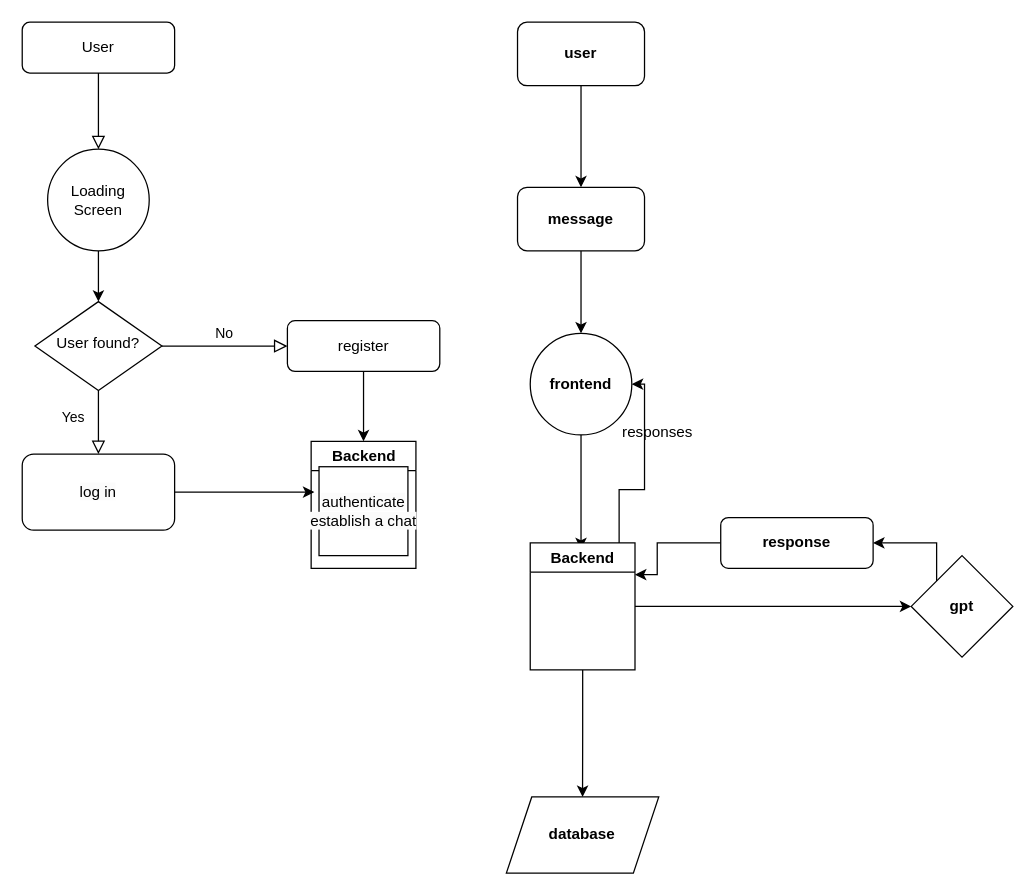
Above: Untitled Diagram.drawio in ncai25/ncai25 (draw.io), before the change. Source tidied: cells renumbered, new cells numbered last; positions are measured from the earlier drawing's top-left corner, leaving out a move shared by most shapes. Both pictures are drawn from the tidied source at 127%, with x=0, y=0 at pixel (22, 22).
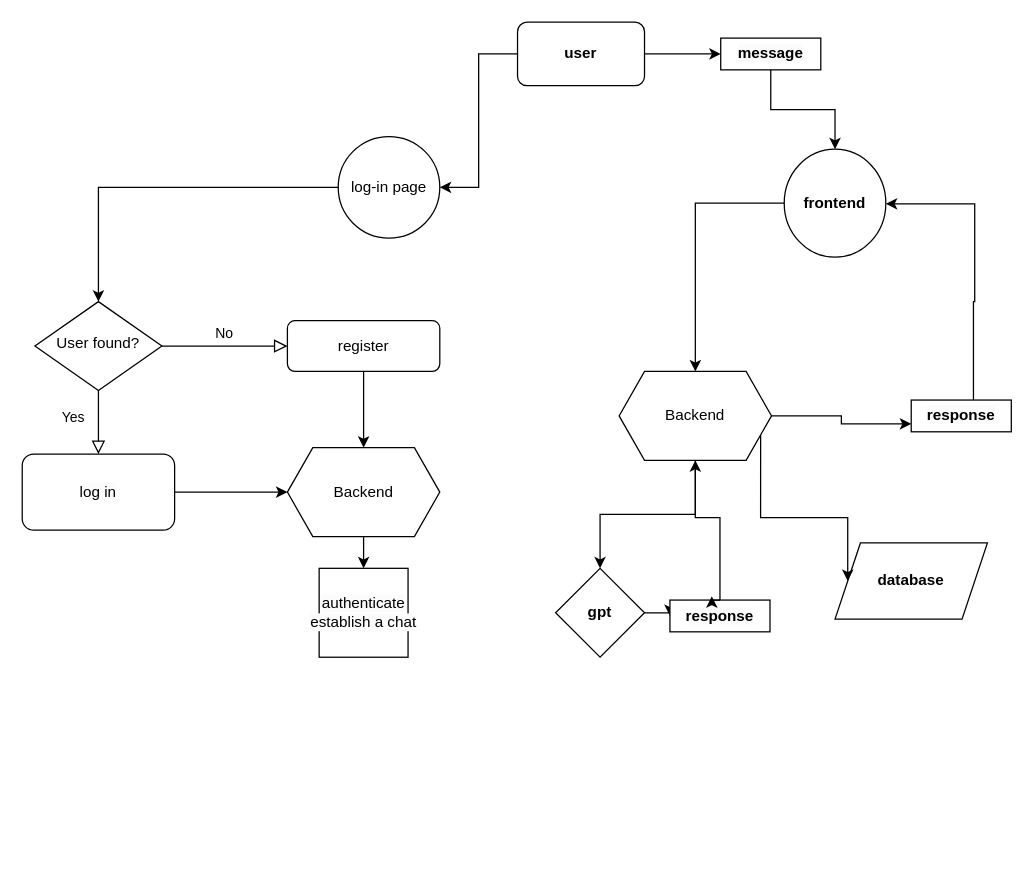
After the change.

Unchanged cells that the change refers to:
```xml
<mxCell id="8" value="register" style="rounded=1;whiteSpace=wrap;html=1;fontSize=12;glass=0;strokeWidth=1;shadow=0;" parent="1" vertex="1">
  <mxGeometry x="208.8" y="235" width="120" height="40" as="geometry" />
</mxCell>
<mxCell id="12" value="&lt;span style=&quot;color: rgb(0, 0, 0); font-family: Helvetica; font-size: 12px; font-style: normal; font-variant-ligatures: normal; font-variant-caps: normal; font-weight: 400; letter-spacing: normal; orphans: 2; text-align: center; text-indent: 0px; text-transform: none; widows: 2; word-spacing: 0px; -webkit-text-stroke-width: 0px; white-space: normal; background-color: rgb(251, 251, 251); text-decoration-thickness: initial; text-decoration-style: initial; text-decoration-color: initial; display: inline !important; float: none;&quot;&gt;log in&lt;/span&gt;" style="rounded=1;whiteSpace=wrap;html=1;" parent="1" vertex="1">
  <mxGeometry y="340" width="120" height="60" as="geometry" />
</mxCell>
<mxCell id="16" value="user" style="rounded=1;whiteSpace=wrap;html=1;fontStyle=1;startSize=23;" parent="1" vertex="1">
  <mxGeometry x="390" width="100" height="50" as="geometry" />
</mxCell>
```

The edit, as a diff of the source:
```diff
@@
-    <mxCell id="2" style="rounded=0;html=1;jettySize=auto;fontSize=11;endArrow=block;endFill=0;endSize=8;strokeWidth=1;shadow=0;labelBackgroundColor=none;edgeStyle=orthogonalEdgeStyle;entryX=0.5;entryY=0;entryDx=0;entryDy=0;" parent="1" edge="1" source="3" target="10">
-      <mxGeometry relative="1" as="geometry" />
-    </mxCell>
-    <mxCell id="3" value="User" style="rounded=1;whiteSpace=wrap;html=1;fontSize=12;glass=0;strokeWidth=1;shadow=0;" parent="1" vertex="1">
-      <mxGeometry width="120" height="40" as="geometry" />
-    </mxCell>
@@
-    <mxCell id="7" style="edgeStyle=orthogonalEdgeStyle;rounded=0;jettySize=auto;html=1;entryX=0.5;entryY=0;entryDx=0;entryDy=0;" parent="1" edge="1" source="8" target="13">
-      <mxGeometry relative="1" as="geometry" />
-    </mxCell>
+    <mxCell id="31" style="edgeStyle=orthogonalEdgeStyle;rounded=0;jettySize=auto;html=1;" parent="1" edge="1" source="8" target="46">
+      <mxGeometry relative="1" as="geometry" />
+    </mxCell>
@@
-    <mxCell id="10" value="Loading Screen" style="ellipse;whiteSpace=wrap;html=1;" parent="1" vertex="1">
-      <mxGeometry x="20" y="100" width="80" height="80" as="geometry" />
+    <mxCell id="10" value="log-in page" style="ellipse;whiteSpace=wrap;html=1;" parent="1" vertex="1">
+      <mxGeometry x="248.8" y="90" width="80" height="80" as="geometry" />
     </mxCell>
-    <mxCell id="11" style="edgeStyle=orthogonalEdgeStyle;rounded=0;jettySize=auto;html=1;" parent="1" edge="1" source="12">
-      <mxGeometry relative="1" as="geometry">
-        <mxPoint x="230" y="370" as="targetPoint" />
-      </mxGeometry>
-    </mxCell>
+    <mxCell id="32" style="edgeStyle=orthogonalEdgeStyle;rounded=0;jettySize=auto;html=1;" parent="1" edge="1" source="12" target="46">
+      <mxGeometry relative="1" as="geometry" />
+    </mxCell>
@@
-    <mxCell id="13" value="Backend" style="swimlane;whiteSpace=wrap;html=1;" parent="1" vertex="1">
-      <mxGeometry x="227.5" y="330" width="82.5" height="100" as="geometry" />
-    </mxCell>
-    <mxCell id="14" value="&lt;span style=&quot;color: rgb(0, 0, 0); font-family: Helvetica; font-size: 12px; font-style: normal; font-variant-ligatures: normal; font-variant-caps: normal; font-weight: 400; letter-spacing: normal; orphans: 2; text-align: center; text-indent: 0px; text-transform: none; widows: 2; word-spacing: 0px; -webkit-text-stroke-width: 0px; white-space: nowrap; background-color: rgb(251, 251, 251); text-decoration-thickness: initial; text-decoration-style: initial; text-decoration-color: initial; display: inline !important; float: none;&quot;&gt;authenticate&lt;/span&gt;&lt;div style=&quot;forced-color-adjust: none; color: rgb(0, 0, 0); font-family: Helvetica; font-size: 12px; font-style: normal; font-variant-ligatures: normal; font-variant-caps: normal; font-weight: 400; letter-spacing: normal; orphans: 2; text-align: center; text-indent: 0px; text-transform: none; widows: 2; word-spacing: 0px; -webkit-text-stroke-width: 0px; white-space: nowrap; background-color: rgb(251, 251, 251); text-decoration-thickness: initial; text-decoration-style: initial; text-decoration-color: initial;&quot;&gt;establish a chat&lt;/div&gt;" style="whiteSpace=wrap;html=1;" parent="13" vertex="1">
-      <mxGeometry x="6.2" y="20" width="70" height="70" as="geometry" />
-    </mxCell>
@@
+    <mxCell id="33" style="edgeStyle=orthogonalEdgeStyle;rounded=0;jettySize=auto;html=1;entryX=1;entryY=0.5;entryDx=0;entryDy=0;" parent="1" edge="1" source="16" target="10">
+      <mxGeometry relative="1" as="geometry" />
+    </mxCell>
@@
+    <mxCell id="34" style="edgeStyle=orthogonalEdgeStyle;rounded=0;jettySize=auto;html=1;entryX=0.5;entryY=0;entryDx=0;entryDy=0;" parent="1" edge="1" source="20" target="39">
+      <mxGeometry relative="1" as="geometry" />
+    </mxCell>
+    <mxCell id="20" value="frontend" style="ellipse;whiteSpace=wrap;html=1;rounded=1;fontStyle=1;startSize=23;" parent="1" vertex="1">
+      <mxGeometry x="600" y="100" width="80" height="85" as="geometry" />
+    </mxCell>
+    <mxCell id="35" style="edgeStyle=orthogonalEdgeStyle;rounded=0;jettySize=auto;html=1;exitX=1;exitY=0.5;exitDx=0;exitDy=0;" parent="1" edge="1" source="26" target="41">
+      <mxGeometry relative="1" as="geometry" />
+    </mxCell>
+    <mxCell id="26" value="gpt" style="rhombus;whiteSpace=wrap;html=1;fontStyle=1;startSize=23;" parent="1" vertex="1">
+      <mxGeometry x="420" y="430" width="70" height="70" as="geometry" />
+    </mxCell>
+    <mxCell id="29" value="database" style="shape=parallelogram;perimeter=parallelogramPerimeter;whiteSpace=wrap;html=1;fixedSize=1;fontStyle=1;startSize=23;" parent="1" vertex="1">
+      <mxGeometry x="640" y="410" width="120" height="60" as="geometry" />
+    </mxCell>
@@
-    <mxCell id="18" value="message" style="rounded=1;whiteSpace=wrap;html=1;fontStyle=1;startSize=23;" parent="1" vertex="1">
-      <mxGeometry x="390" y="130" width="100" height="50" as="geometry" />
+    <mxCell id="18" value="&lt;span style=&quot;color: rgb(0, 0, 0); font-family: Helvetica; font-size: 12px; font-style: normal; font-variant-ligatures: normal; font-variant-caps: normal; font-weight: 700; letter-spacing: normal; orphans: 2; text-align: center; text-indent: 0px; text-transform: none; widows: 2; word-spacing: 0px; -webkit-text-stroke-width: 0px; white-space: normal; background-color: rgb(251, 251, 251); text-decoration-thickness: initial; text-decoration-style: initial; text-decoration-color: initial; display: inline !important; float: none;&quot;&gt;message&lt;/span&gt;" style="rounded=0;whiteSpace=wrap;html=1;" parent="1" vertex="1">
+      <mxGeometry x="550" y="12.5" width="78.8" height="25" as="geometry" />
     </mxCell>
-    <mxCell id="19" style="edgeStyle=orthogonalEdgeStyle;rounded=0;jettySize=auto;html=1;" parent="1" edge="1" source="20">
-      <mxGeometry relative="1" as="geometry">
-        <mxPoint x="440" y="415" as="targetPoint" />
-      </mxGeometry>
-    </mxCell>
-    <mxCell id="20" value="frontend" style="ellipse;whiteSpace=wrap;html=1;rounded=1;fontStyle=1;startSize=23;" parent="1" vertex="1">
-      <mxGeometry x="400" y="245" width="80" height="80" as="geometry" />
-    </mxCell>
-    <mxCell id="21" style="edgeStyle=orthogonalEdgeStyle;rounded=0;jettySize=auto;html=1;" parent="1" edge="1" source="24" target="26">
-      <mxGeometry relative="1" as="geometry" />
-    </mxCell>
-    <mxCell id="22" style="edgeStyle=orthogonalEdgeStyle;rounded=0;jettySize=auto;html=1;" parent="1" edge="1" source="24" target="29">
-      <mxGeometry relative="1" as="geometry" />
-    </mxCell>
-    <mxCell id="23" style="edgeStyle=orthogonalEdgeStyle;rounded=0;jettySize=auto;html=1;" parent="1" edge="1" source="24" target="20">
-      <mxGeometry relative="1" as="geometry">
-        <Array as="points">
-          <mxPoint x="470" y="368" />
-          <mxPoint x="490" y="368" />
-          <mxPoint x="490" y="285" />
-        </Array>
-      </mxGeometry>
-    </mxCell>
-    <mxCell id="24" value="Backend" style="swimlane;whiteSpace=wrap;html=1;" parent="1" vertex="1">
-      <mxGeometry x="400" y="410" width="82.5" height="100" as="geometry" />
-    </mxCell>
-    <mxCell id="25" style="edgeStyle=orthogonalEdgeStyle;rounded=0;jettySize=auto;html=1;entryX=1;entryY=0.5;entryDx=0;entryDy=0;" parent="1" edge="1" source="26" target="28">
-      <mxGeometry relative="1" as="geometry">
-        <Array as="points">
-          <mxPoint x="720" y="410" />
-        </Array>
-      </mxGeometry>
-    </mxCell>
-    <mxCell id="26" value="gpt" style="rhombus;whiteSpace=wrap;html=1;fontStyle=1;startSize=23;" parent="1" vertex="1">
-      <mxGeometry x="700" y="420" width="80" height="80" as="geometry" />
-    </mxCell>
-    <mxCell id="27" style="edgeStyle=orthogonalEdgeStyle;rounded=0;jettySize=auto;html=1;entryX=1;entryY=0.25;entryDx=0;entryDy=0;" parent="1" edge="1" source="28" target="24">
-      <mxGeometry relative="1" as="geometry">
-        <Array as="points">
-          <mxPoint x="500" y="410" />
-          <mxPoint x="500" y="435" />
-        </Array>
-      </mxGeometry>
-    </mxCell>
-    <mxCell id="28" value="response" style="rounded=1;whiteSpace=wrap;html=1;fontStyle=1;startSize=23;" parent="1" vertex="1">
-      <mxGeometry x="550" y="390" width="120" height="40" as="geometry" />
-    </mxCell>
-    <mxCell id="29" value="database" style="shape=parallelogram;perimeter=parallelogramPerimeter;whiteSpace=wrap;html=1;fixedSize=1;fontStyle=1;startSize=23;" parent="1" vertex="1">
-      <mxGeometry x="381.2" y="610" width="120" height="60" as="geometry" />
-    </mxCell>
-    <mxCell id="30" value="responses" style="text;html=1;align=center;verticalAlign=middle;strokeColor=none;fillColor=none;" parent="1" vertex="1">
-      <mxGeometry x="460" y="308" width="80" height="30" as="geometry" />
-    </mxCell>
+    <mxCell id="36" style="edgeStyle=orthogonalEdgeStyle;rounded=0;jettySize=auto;html=1;entryX=0.5;entryY=0;entryDx=0;entryDy=0;" parent="1" edge="1" source="39" target="26">
+      <mxGeometry relative="1" as="geometry" />
+    </mxCell>
+    <mxCell id="37" style="edgeStyle=orthogonalEdgeStyle;rounded=0;jettySize=auto;html=1;entryX=0;entryY=0.75;entryDx=0;entryDy=0;" parent="1" edge="1" source="39" target="43">
+      <mxGeometry relative="1" as="geometry" />
+    </mxCell>
+    <mxCell id="38" style="edgeStyle=orthogonalEdgeStyle;rounded=0;jettySize=auto;html=1;exitX=1;exitY=0.75;exitDx=0;exitDy=0;entryX=0;entryY=0.5;entryDx=0;entryDy=0;" parent="1" edge="1" source="39" target="29">
+      <mxGeometry relative="1" as="geometry">
+        <Array as="points">
+          <mxPoint x="581" y="390" />
+          <mxPoint x="650" y="390" />
+        </Array>
+      </mxGeometry>
+    </mxCell>
+    <mxCell id="39" value="Backend" style="shape=hexagon;perimeter=hexagonPerimeter2;whiteSpace=wrap;html=1;fixedSize=1;" parent="1" vertex="1">
+      <mxGeometry x="470" y="275" width="120" height="70" as="geometry" />
+    </mxCell>
+    <mxCell id="40" style="edgeStyle=orthogonalEdgeStyle;rounded=0;jettySize=auto;html=1;" parent="1" edge="1" source="41" target="39">
+      <mxGeometry relative="1" as="geometry">
+        <Array as="points">
+          <mxPoint x="549" y="390" />
+          <mxPoint x="530" y="390" />
+        </Array>
+      </mxGeometry>
+    </mxCell>
+    <mxCell id="41" value="&lt;span style=&quot;color: rgb(0, 0, 0); font-family: Helvetica; font-size: 12px; font-style: normal; font-variant-ligatures: normal; font-variant-caps: normal; font-weight: 700; letter-spacing: normal; orphans: 2; text-align: center; text-indent: 0px; text-transform: none; widows: 2; word-spacing: 0px; -webkit-text-stroke-width: 0px; white-space: normal; background-color: rgb(251, 251, 251); text-decoration-thickness: initial; text-decoration-style: initial; text-decoration-color: initial; display: inline !important; float: none;&quot;&gt;response&lt;/span&gt;" style="rounded=0;whiteSpace=wrap;html=1;" parent="1" vertex="1">
+      <mxGeometry x="510" y="455" width="78.8" height="25" as="geometry" />
+    </mxCell>
+    <mxCell id="42" style="edgeStyle=orthogonalEdgeStyle;rounded=0;jettySize=auto;html=1;" parent="1" edge="1" source="43" target="20">
+      <mxGeometry relative="1" as="geometry">
+        <Array as="points">
+          <mxPoint x="749" y="220" />
+          <mxPoint x="750" y="220" />
+          <mxPoint x="750" y="143" />
+        </Array>
+      </mxGeometry>
+    </mxCell>
+    <mxCell id="43" value="&lt;span style=&quot;color: rgb(0, 0, 0); font-family: Helvetica; font-size: 12px; font-style: normal; font-variant-ligatures: normal; font-variant-caps: normal; font-weight: 700; letter-spacing: normal; orphans: 2; text-align: center; text-indent: 0px; text-transform: none; widows: 2; word-spacing: 0px; -webkit-text-stroke-width: 0px; white-space: normal; background-color: rgb(251, 251, 251); text-decoration-thickness: initial; text-decoration-style: initial; text-decoration-color: initial; display: inline !important; float: none;&quot;&gt;response&lt;/span&gt;" style="rounded=0;whiteSpace=wrap;html=1;" parent="1" vertex="1">
+      <mxGeometry x="700" y="297.5" width="78.8" height="25" as="geometry" />
+    </mxCell>
+    <mxCell id="44" style="edgeStyle=orthogonalEdgeStyle;rounded=0;orthogonalLoop=1;jettySize=auto;html=1;exitX=0.5;exitY=0;exitDx=0;exitDy=0;entryX=0.419;entryY=-0.12;entryDx=0;entryDy=0;entryPerimeter=0;" parent="1" edge="1" source="41" target="41">
+      <mxGeometry relative="1" as="geometry" />
+    </mxCell>
+    <mxCell id="45" style="edgeStyle=orthogonalEdgeStyle;rounded=0;jettySize=auto;html=1;" parent="1" edge="1" source="46" target="14">
+      <mxGeometry relative="1" as="geometry" />
+    </mxCell>
+    <mxCell id="46" value="Backend" style="shape=hexagon;perimeter=hexagonPerimeter2;whiteSpace=wrap;html=1;fixedSize=1;" parent="1" vertex="1">
+      <mxGeometry x="208.8" y="335" width="120" height="70" as="geometry" />
+    </mxCell>
+    <mxCell id="14" value="&lt;span style=&quot;color: rgb(0, 0, 0); font-family: Helvetica; font-size: 12px; font-style: normal; font-variant-ligatures: normal; font-variant-caps: normal; font-weight: 400; letter-spacing: normal; orphans: 2; text-align: center; text-indent: 0px; text-transform: none; widows: 2; word-spacing: 0px; -webkit-text-stroke-width: 0px; white-space: nowrap; background-color: rgb(251, 251, 251); text-decoration-thickness: initial; text-decoration-style: initial; text-decoration-color: initial; display: inline !important; float: none;&quot;&gt;authenticate&lt;/span&gt;&lt;div style=&quot;forced-color-adjust: none; color: rgb(0, 0, 0); font-family: Helvetica; font-size: 12px; font-style: normal; font-variant-ligatures: normal; font-variant-caps: normal; font-weight: 400; letter-spacing: normal; orphans: 2; text-align: center; text-indent: 0px; text-transform: none; widows: 2; word-spacing: 0px; -webkit-text-stroke-width: 0px; white-space: nowrap; background-color: rgb(251, 251, 251); text-decoration-thickness: initial; text-decoration-style: initial; text-decoration-color: initial;&quot;&gt;establish a chat&lt;/div&gt;" style="whiteSpace=wrap;html=1;" parent="1" vertex="1">
+      <mxGeometry x="233.8" y="430" width="70" height="70" as="geometry" />
+    </mxCell>
```
